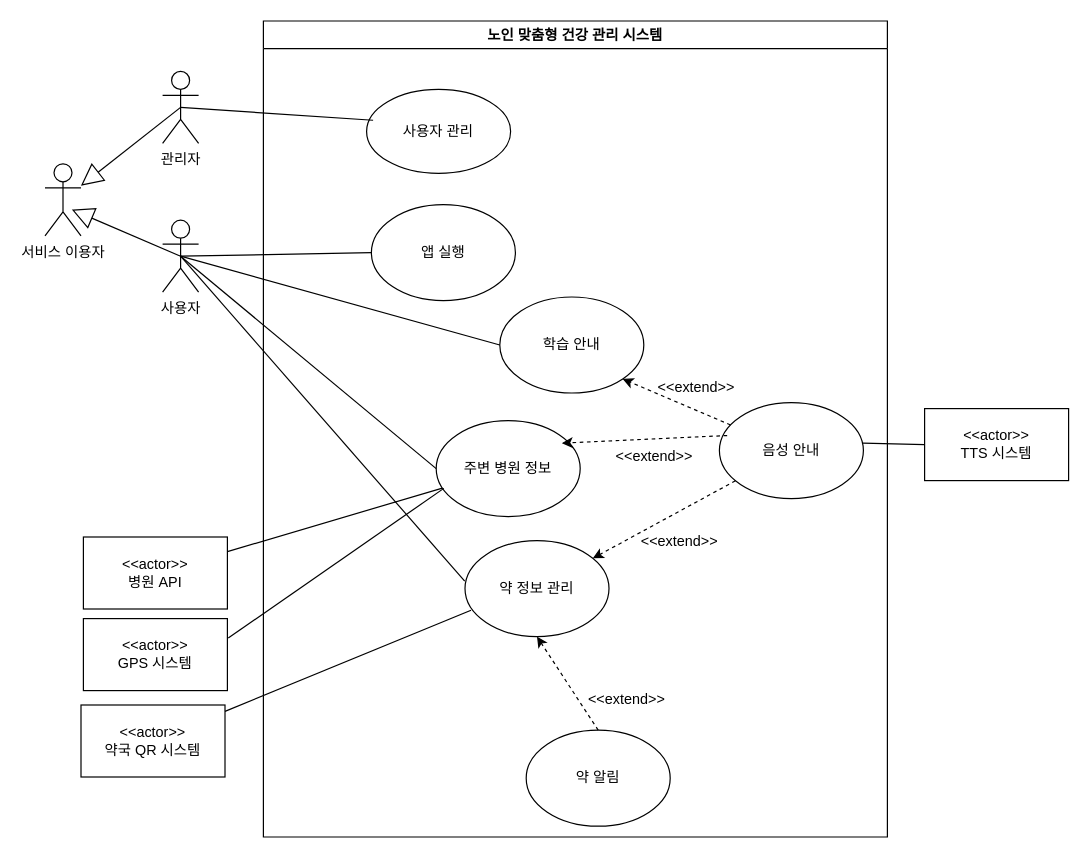
Earlier version of the draw.io diagram Untitled Diagram.drawio (wnthsk/sejujun). Source tidied: cells renumbered, new cells numbered last; positions are measured from the earlier drawing's top-left corner, leaving out a move shared by most shapes. Both pictures are drawn from the tidied source at 120%, with x=0, y=0 at pixel (44, 20).
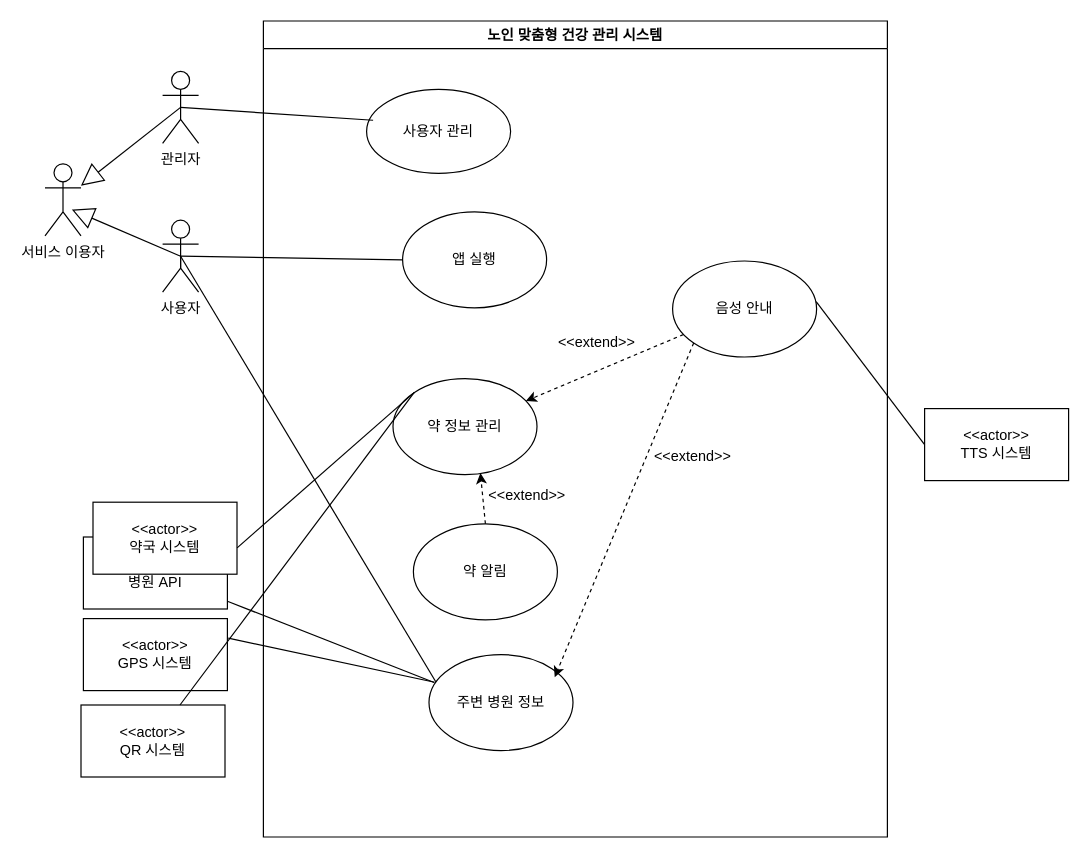
The same diagram, later.

Unchanged cells that the change refers to:
```xml
<mxCell id="2" value="노인 맞춤형 건강 관리 시스템" style="swimlane;whiteSpace=wrap;html=1;" parent="1" vertex="1">
  <mxGeometry x="182" width="520" height="680" as="geometry" />
</mxCell>
<mxCell id="20" value="사용자" style="shape=umlActor;verticalLabelPosition=bottom;verticalAlign=top;html=1;outlineConnect=0;" parent="1" vertex="1">
  <mxGeometry x="98" y="166" width="30" height="60" as="geometry" />
</mxCell>
<mxCell id="27" value="&amp;lt;&amp;lt;actor&amp;gt;&amp;gt;&lt;div&gt;&lt;span style=&quot;background-color: transparent; color: light-dark(rgb(0, 0, 0), rgb(255, 255, 255));&quot;&gt;GPS 시스템&lt;/span&gt;&lt;/div&gt;" style="rounded=0;whiteSpace=wrap;html=1;" parent="1" vertex="1">
  <mxGeometry x="32" y="498" width="120" height="60" as="geometry" />
</mxCell>
<mxCell id="31" value="&amp;lt;&amp;lt;actor&amp;gt;&amp;gt;&lt;div&gt;병원 API&lt;/div&gt;" style="rounded=0;whiteSpace=wrap;html=1;" parent="1" vertex="1">
  <mxGeometry x="32" y="430" width="120" height="60" as="geometry" />
</mxCell>
```

Diff of the diagram source:
```diff
@@
     <mxCell id="4" value="음성 안내" style="ellipse;whiteSpace=wrap;html=1;" parent="2" vertex="1">
-      <mxGeometry x="380" y="318" width="120" height="80" as="geometry" />
+      <mxGeometry x="341" y="200" width="120" height="80" as="geometry" />
     </mxCell>
-    <mxCell id="5" value="학습 안내" style="ellipse;whiteSpace=wrap;html=1;" parent="2" vertex="1">
-      <mxGeometry x="197" y="230" width="120" height="80" as="geometry" />
-    </mxCell>
     <mxCell id="6" value="주변 병원 정보" style="ellipse;whiteSpace=wrap;html=1;" parent="2" vertex="1">
-      <mxGeometry x="144" y="333" width="120" height="80" as="geometry" />
+      <mxGeometry x="138" y="528" width="120" height="80" as="geometry" />
     </mxCell>
     <mxCell id="7" value="약 알림" style="ellipse;whiteSpace=wrap;html=1;" parent="2" vertex="1">
-      <mxGeometry x="219" y="591" width="120" height="80" as="geometry" />
+      <mxGeometry x="125" y="419" width="120" height="80" as="geometry" />
     </mxCell>
     <mxCell id="8" value="약 정보 관리" style="ellipse;whiteSpace=wrap;html=1;" parent="2" vertex="1">
-      <mxGeometry x="168" y="433" width="120" height="80" as="geometry" />
+      <mxGeometry x="108" y="298" width="120" height="80" as="geometry" />
     </mxCell>
-    <mxCell id="9" style="endArrow=classic;html=1;rounded=0;dashed=1;entryX=0.5;entryY=1;entryDx=0;entryDy=0;exitX=0.5;exitY=0;exitDx=0;exitDy=0;" parent="2" edge="1" source="7" target="8">
+    <mxCell id="9" style="endArrow=classic;html=1;rounded=0;dashed=1;entryX=0.607;entryY=0.984;entryDx=0;entryDy=0;exitX=0.5;exitY=0;exitDx=0;exitDy=0;entryPerimeter=0;" parent="2" edge="1" source="7" target="8">
       <mxGeometry relative="1" as="geometry" />
     </mxCell>
     <mxCell id="10" value="&amp;lt;&amp;lt;extend&amp;gt;&amp;gt;" style="text;html=1;align=center;verticalAlign=middle;whiteSpace=wrap;rounded=0;" parent="2" vertex="1">
-      <mxGeometry x="273" y="551" width="60" height="30" as="geometry" />
+      <mxGeometry x="248" y="253" width="60" height="30" as="geometry" />
     </mxCell>
-    <mxCell id="11" style="endArrow=classic;html=1;rounded=0;strokeColor=default;curved=0;dashed=1;exitX=0.054;exitY=0.343;exitDx=0;exitDy=0;exitPerimeter=0;entryX=0.873;entryY=0.235;entryDx=0;entryDy=0;entryPerimeter=0;" parent="2" edge="1" source="4" target="6">
+    <mxCell id="11" style="endArrow=classic;html=1;rounded=0;strokeColor=default;curved=0;dashed=1;exitX=0;exitY=1;exitDx=0;exitDy=0;entryX=0.873;entryY=0.235;entryDx=0;entryDy=0;entryPerimeter=0;" parent="2" edge="1" source="4" target="6">
       <mxGeometry relative="1" as="geometry" />
     </mxCell>
-    <mxCell id="12" style="endArrow=classic;html=1;rounded=0;strokeColor=default;curved=0;dashed=1;entryX=1;entryY=1;entryDx=0;entryDy=0;" parent="2" edge="1" source="4" target="5">
-      <mxGeometry relative="1" as="geometry" />
-    </mxCell>
     <mxCell id="13" value="&amp;lt;&amp;lt;extend&amp;gt;&amp;gt;" style="text;html=1;align=center;verticalAlign=middle;whiteSpace=wrap;rounded=0;" parent="2" vertex="1">
-      <mxGeometry x="317" y="419" width="60" height="30" as="geometry" />
+      <mxGeometry x="190" y="381" width="60" height="30" as="geometry" />
     </mxCell>
     <mxCell id="14" value="&amp;lt;&amp;lt;extend&amp;gt;&amp;gt;" style="text;html=1;align=center;verticalAlign=middle;whiteSpace=wrap;rounded=0;" parent="2" vertex="1">
-      <mxGeometry x="296" y="348" width="60" height="30" as="geometry" />
+      <mxGeometry x="328" y="348" width="60" height="30" as="geometry" />
     </mxCell>
@@
-    <mxCell id="16" value="&amp;lt;&amp;lt;extend&amp;gt;&amp;gt;" style="text;html=1;align=center;verticalAlign=middle;whiteSpace=wrap;rounded=0;" parent="2" vertex="1">
-      <mxGeometry x="331" y="291" width="60" height="30" as="geometry" />
-    </mxCell>
     <mxCell id="17" value="앱 실행" style="ellipse;whiteSpace=wrap;html=1;" parent="2" vertex="1">
-      <mxGeometry x="90" y="153" width="120" height="80" as="geometry" />
+      <mxGeometry x="116" y="159" width="120" height="80" as="geometry" />
     </mxCell>
@@
-    <mxCell id="22" style="endArrow=none;html=1;rounded=0;exitX=0.5;exitY=0.5;exitDx=0;exitDy=0;exitPerimeter=0;entryX=0;entryY=0.5;entryDx=0;entryDy=0;" parent="1" edge="1" source="20" target="6">
+    <mxCell id="22" style="endArrow=none;html=1;rounded=0;exitX=0.5;exitY=0.5;exitDx=0;exitDy=0;exitPerimeter=0;entryX=0.047;entryY=0.283;entryDx=0;entryDy=0;entryPerimeter=0;" parent="1" edge="1" source="20" target="6">
       <mxGeometry relative="1" as="geometry" />
     </mxCell>
-    <mxCell id="23" style="endArrow=none;html=1;rounded=0;exitX=0.5;exitY=0.5;exitDx=0;exitDy=0;exitPerimeter=0;entryX=-0.002;entryY=0.422;entryDx=0;entryDy=0;entryPerimeter=0;" parent="1" edge="1" source="20" target="8">
-      <mxGeometry relative="1" as="geometry" />
+    <mxCell id="23" style="endArrow=none;html=1;rounded=0;exitX=0.5;exitY=0.5;exitDx=0;exitDy=0;exitPerimeter=0;" parent="1" edge="1" source="20">
+      <mxGeometry relative="1" as="geometry">
+        <mxPoint x="113" y="206" as="targetPoint" />
+      </mxGeometry>
     </mxCell>
@@
-    <mxCell id="26" style="endArrow=none;html=1;rounded=0;exitX=0.5;exitY=0.5;exitDx=0;exitDy=0;exitPerimeter=0;entryX=0;entryY=0.5;entryDx=0;entryDy=0;" parent="1" edge="1" source="20" target="5">
-      <mxGeometry relative="1" as="geometry" />
-    </mxCell>
@@
-    <mxCell id="28" style="endArrow=none;html=1;rounded=0;entryX=0.053;entryY=0.706;entryDx=0;entryDy=0;entryPerimeter=0;exitX=1.006;exitY=0.271;exitDx=0;exitDy=0;exitPerimeter=0;" parent="1" edge="1" source="27" target="6">
+    <mxCell id="28" style="endArrow=none;html=1;rounded=0;entryX=0.039;entryY=0.288;entryDx=0;entryDy=0;entryPerimeter=0;exitX=1.006;exitY=0.271;exitDx=0;exitDy=0;exitPerimeter=0;" parent="1" edge="1" source="27" target="6">
       <mxGeometry relative="1" as="geometry" />
     </mxCell>
-    <mxCell id="29" value="&amp;lt;&amp;lt;actor&amp;gt;&amp;gt;&lt;div&gt;약국 QR 시스템&lt;/div&gt;" style="rounded=0;whiteSpace=wrap;html=1;" parent="1" vertex="1">
+    <mxCell id="29" value="&amp;lt;&amp;lt;actor&amp;gt;&amp;gt;&lt;div&gt;&lt;span style=&quot;background-color: transparent; color: light-dark(rgb(0, 0, 0), rgb(255, 255, 255));&quot;&gt;QR 시스템&lt;/span&gt;&lt;/div&gt;" style="rounded=0;whiteSpace=wrap;html=1;" parent="1" vertex="1">
       <mxGeometry x="30" y="570" width="120" height="60" as="geometry" />
     </mxCell>
-    <mxCell id="30" style="endArrow=none;html=1;rounded=0;entryX=0.042;entryY=0.725;entryDx=0;entryDy=0;entryPerimeter=0;" parent="1" edge="1" source="29" target="8">
+    <mxCell id="30" style="endArrow=none;html=1;rounded=0;entryX=0;entryY=0;entryDx=0;entryDy=0;" parent="1" edge="1" source="29" target="8">
       <mxGeometry relative="1" as="geometry" />
     </mxCell>
@@
-    <mxCell id="32" style="endArrow=none;html=1;rounded=0;" parent="1" edge="1" source="31" target="6">
+    <mxCell id="32" style="endArrow=none;html=1;rounded=0;entryX=0.036;entryY=0.29;entryDx=0;entryDy=0;entryPerimeter=0;" parent="1" edge="1" source="31" target="6">
       <mxGeometry relative="1" as="geometry" />
     </mxCell>
@@
+    <mxCell id="36" value="&amp;lt;&amp;lt;actor&amp;gt;&amp;gt;&lt;div&gt;약국 시스템&lt;/div&gt;" style="rounded=0;whiteSpace=wrap;html=1;" parent="1" vertex="1">
+      <mxGeometry x="40" y="401" width="120" height="60" as="geometry" />
+    </mxCell>
+    <mxCell id="37" style="endArrow=none;html=1;rounded=0;entryX=0;entryY=0;entryDx=0;entryDy=0;exitX=1.001;exitY=0.634;exitDx=0;exitDy=0;exitPerimeter=0;" parent="1" edge="1" source="36" target="8">
+      <mxGeometry relative="1" as="geometry" />
+    </mxCell>
```
